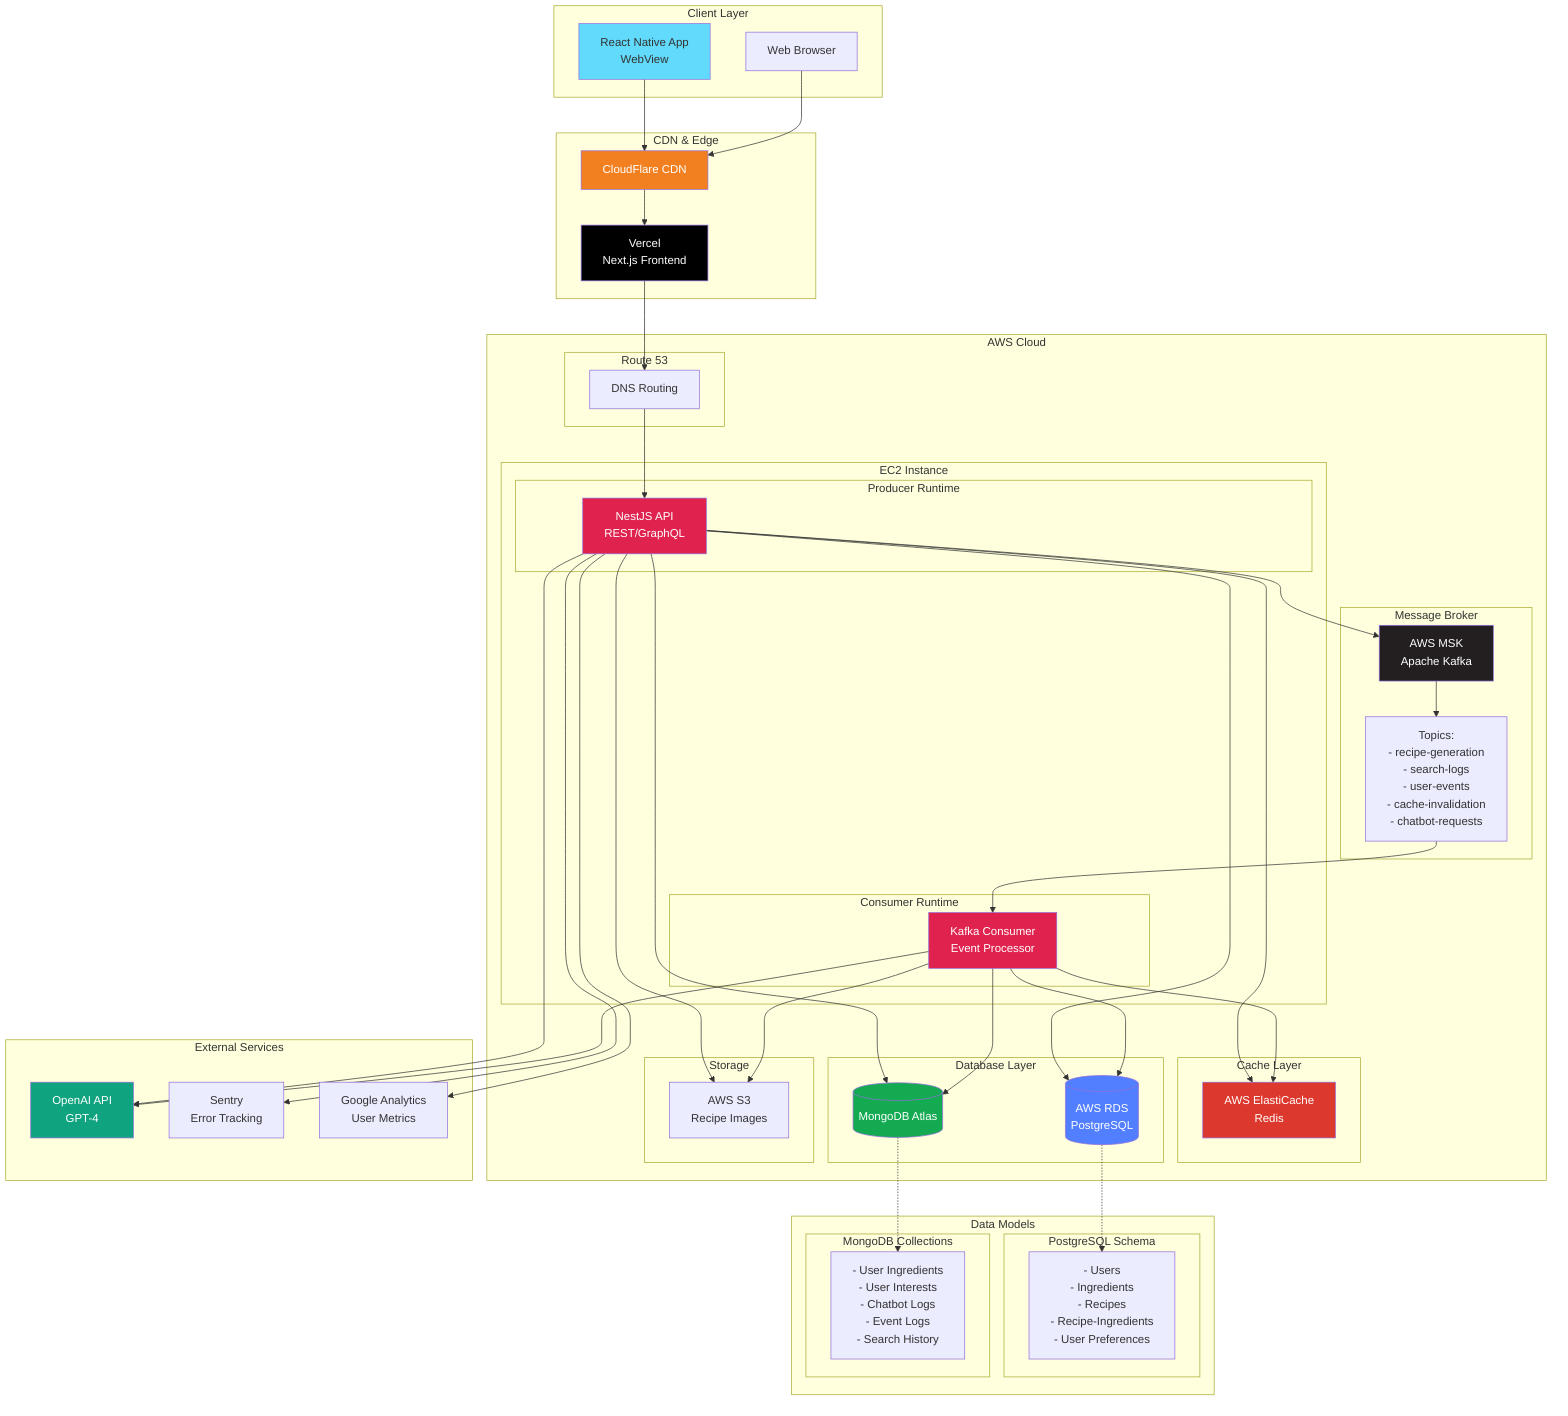
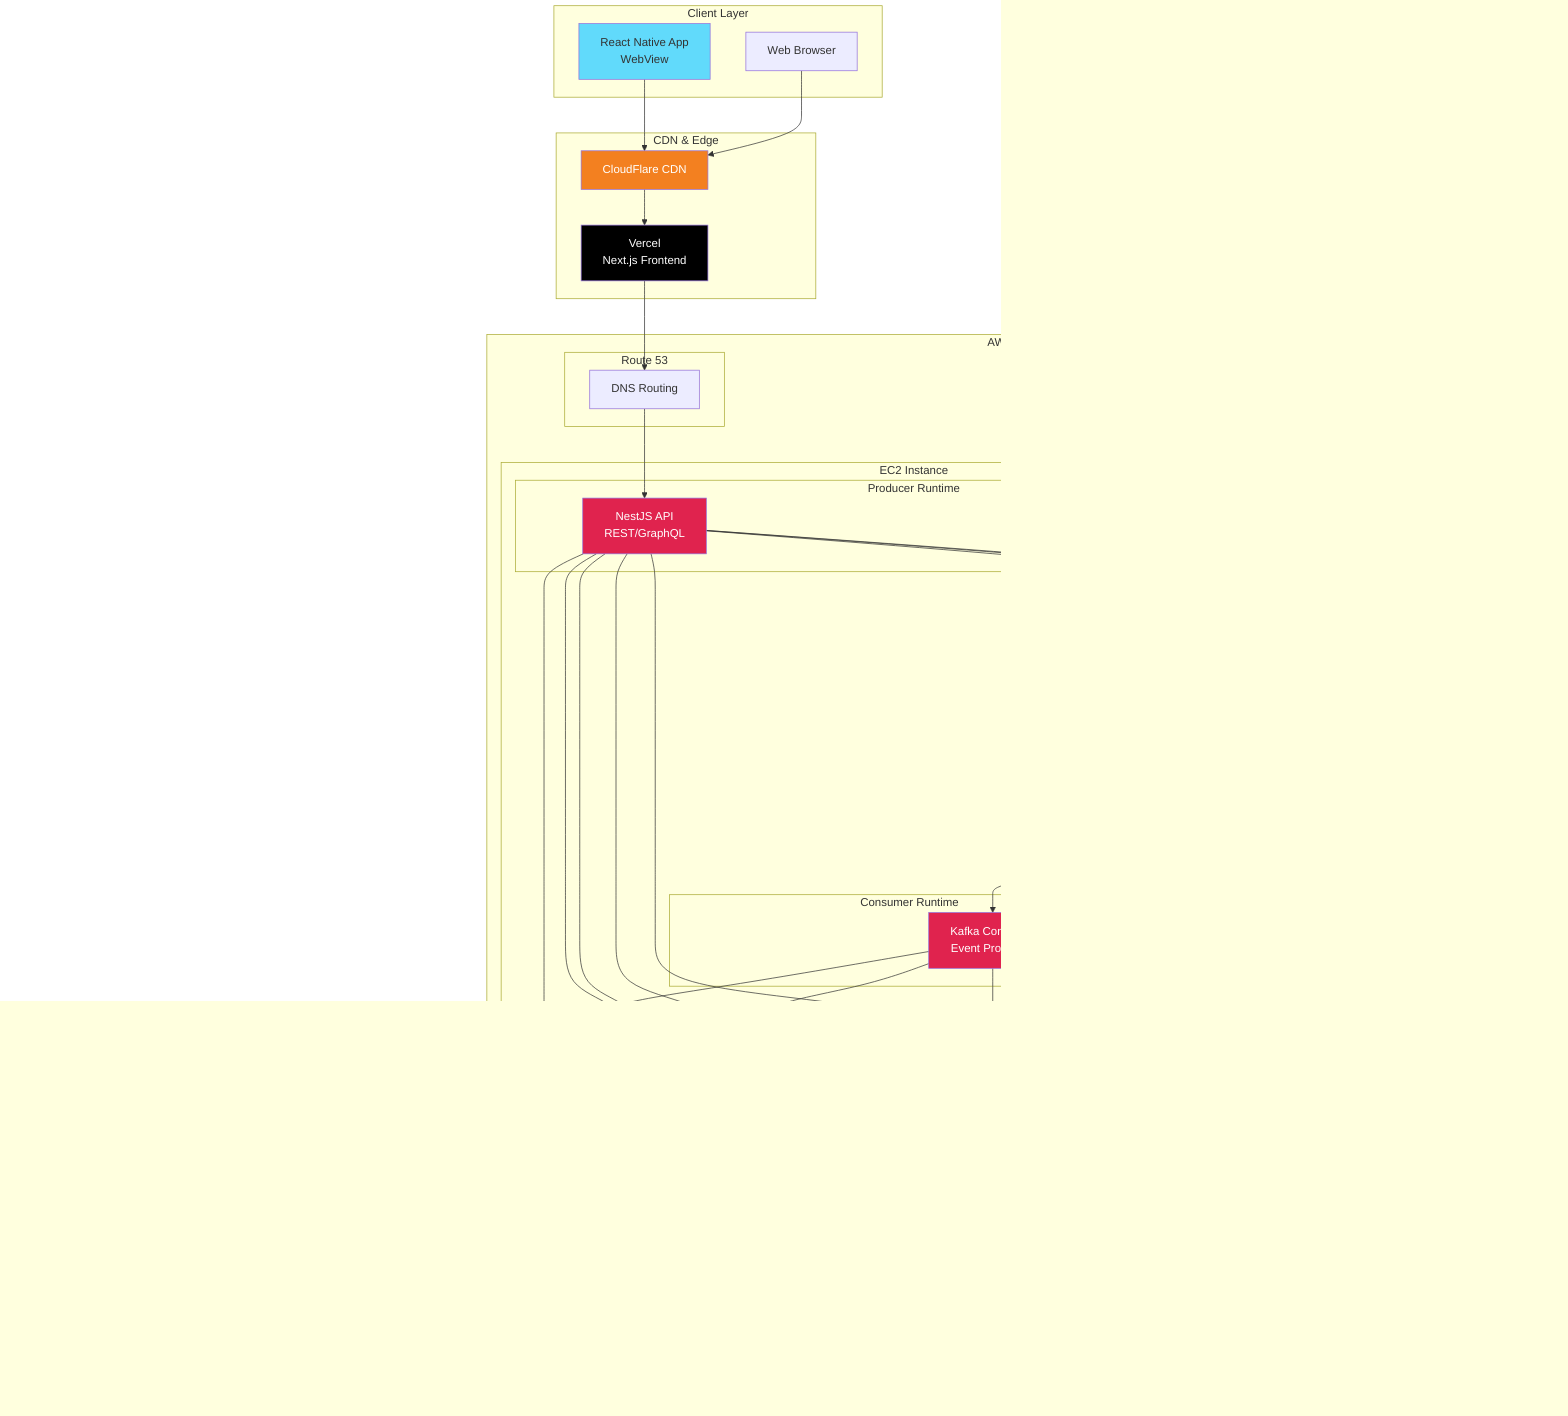
graph TB
    subgraph "Client Layer"
        RN[React Native App<br/>WebView]
        WEB[Web Browser]
    end

    subgraph "CDN & Edge"
        CF[CloudFlare CDN]
        VERCEL[Vercel<br/>Next.js Frontend]
    end

    subgraph "AWS Cloud"
        subgraph "Route 53"
            R53[DNS Routing]
        end

        subgraph "EC2 Instance"
            subgraph "Producer Runtime"
                API[NestJS API<br/>REST/GraphQL]
            end
            subgraph "Consumer Runtime"
                CONSUMER[Kafka Consumer<br/>Event Processor]
            end
        end

        subgraph "Message Broker"
            MSK[AWS MSK<br/>Apache Kafka]
-             TOPICS["Topics:<br/>- recipe-generation<br/>- search-logs<br/>- user-events<br/>- cache-invalidation<br/>- chatbot-requests"]
+             TOPICS["Topics:<br/>- recipe-generation<br/>- activity-events<br/>- user-events<br/>- cache-invalidation<br/>- chatbot-requests"]
        end

        subgraph "Cache Layer"
            REDIS[AWS ElastiCache<br/>Redis]
        end

        subgraph "Database Layer"
            RDS[(AWS RDS<br/>PostgreSQL)]
            MONGO[(MongoDB Atlas)]
        end

        subgraph "Storage"
            S3[AWS S3<br/>Recipe Images]
        end
    end

    subgraph "External Services"
        OPENAI[OpenAI API<br/>GPT-4]
        SENTRY[Sentry<br/>Error Tracking]
        GA[Google Analytics<br/>User Metrics]
    end

    subgraph "Data Models"
        subgraph "PostgreSQL Schema"
            SQL_DATA["- Users<br/>- Ingredients<br/>- Recipes<br/>- Recipe-Ingredients<br/>- User Preferences"]
        end
        subgraph "MongoDB Collections"
            NOSQL_DATA["- User Ingredients<br/>- User Interests<br/>- Chatbot Logs<br/>- Event Logs<br/>- Search History"]
        end
    end

    %% Client Connections
    RN --> CF
    WEB --> CF
    CF --> VERCEL
    VERCEL --> R53
    R53 --> API

    %% API Connections
    API --> REDIS
    API --> RDS
    API --> MONGO
    API --> MSK
    API --> S3
    API --> OPENAI
    API --> SENTRY
    API --> GA

    %% Kafka Flow
    MSK --> TOPICS
    TOPICS --> CONSUMER

    %% Consumer Connections
    CONSUMER --> REDIS
    CONSUMER --> RDS
    CONSUMER --> MONGO
    CONSUMER --> OPENAI
    CONSUMER --> S3

    %% Data Model References
    RDS -.-> SQL_DATA
    MONGO -.-> NOSQL_DATA

    style RN fill:#61dafb
    style VERCEL fill:#000000,color:#fff
    style API fill:#e0234e,color:#fff
    style CONSUMER fill:#e0234e,color:#fff
    style MSK fill:#231f20,color:#fff
    style REDIS fill:#dc382d,color:#fff
    style RDS fill:#527fff,color:#fff
    style MONGO fill:#13aa52,color:#fff
    style OPENAI fill:#10a37f,color:#fff
    style CF fill:#f38020,color:#fff